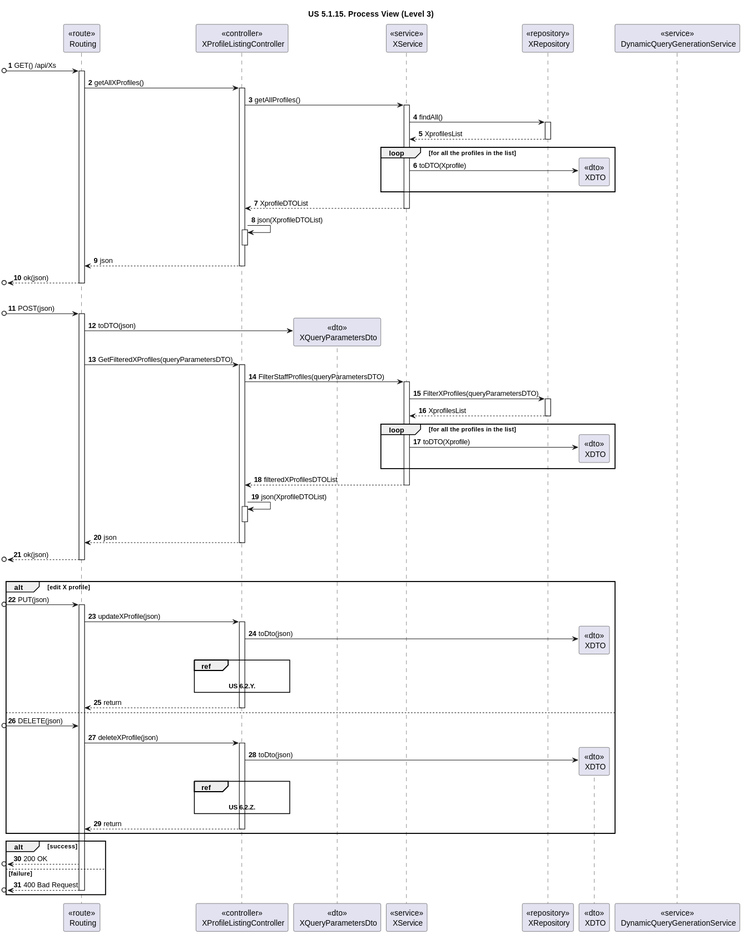
rita-barbosa/LAPR5-2425 keeps this PlantUML diagram as docs/sprint-2/1220683/general-process-view-diagrams/listing-profiles/Level-3/listing-profile-us-process-view-lvl3.svg. Above is the earlier version.
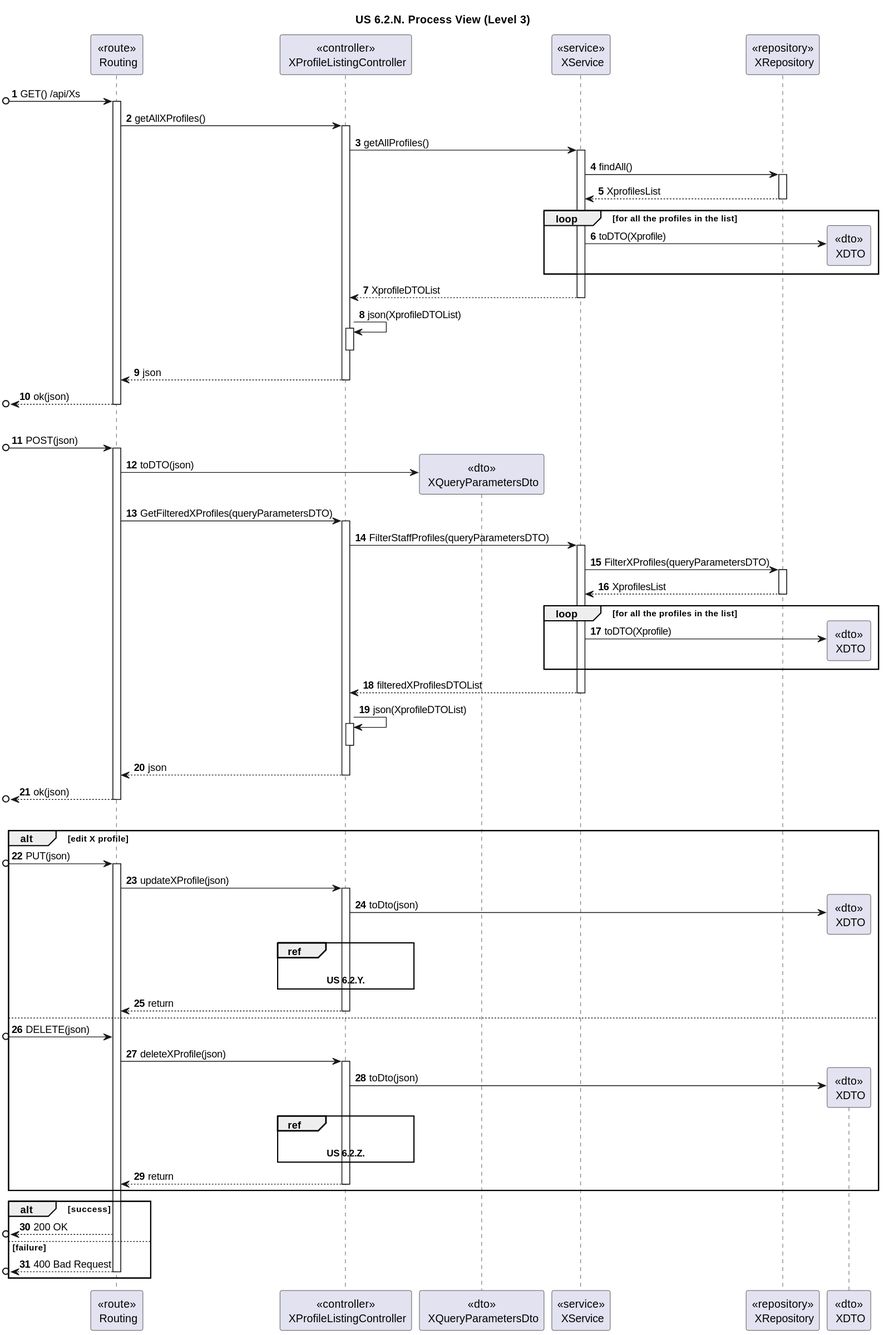
Above is the later version.

Commit message:
DG38-225 | docs: Visualization process view updates

Diff of the diagram source:
```diff
@@ -1,6 +1,6 @@
 @startuml
 
-title "US 5.1.15. Process View (Level 3)"
+title "US 6.2.N. Process View (Level 3)"
 
 autonumber
 
@@ -12,8 +12,6 @@
 participant "<<service>>\n XService" as XServ
 participant "<<repository>>\n XRepository" as XRepo
 participant "<<dto>>\n XDTO" as XDTO
-
-participant "<<service>>\n DynamicQueryGenerationService" as QUERYServ
 
 [o-> ROUTE : GET() /api/Xs
 activate ROUTE
```
